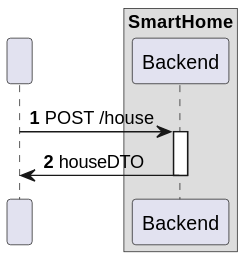
Before: docs/C4_4plus1_models/Level2/ProcessView/ProcessViewLevel2_UC01_v1.svg, a diagram exported from PlantUML (moutajDev/smarthome). Its diagram source:
```plantuml
@startuml
!pragma layout smetana

autonumber


participant " " as HTTP

box "SmartHome"
    participant "Backend" as BE

end box

HTTP -> BE : POST /house
activate BE
BE -> HTTP : houseDTO
deactivate BE
@enduml
```
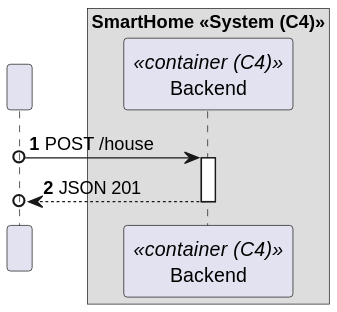
The same file after the commit.

Change to the diagram source:
```diff
@@ -6,13 +6,13 @@
 
 participant " " as HTTP
 
-box "SmartHome"
-    participant "Backend" as BE
+box "SmartHome <<System (C4)>>"
+    participant "Backend" as BE <<container (C4)>>
 
 end box
 
-HTTP -> BE : POST /house
+HTTP o-> BE : POST /house
 activate BE
-BE -> HTTP : houseDTO
+BE -->o HTTP : JSON 201
 deactivate BE
 @enduml
```
